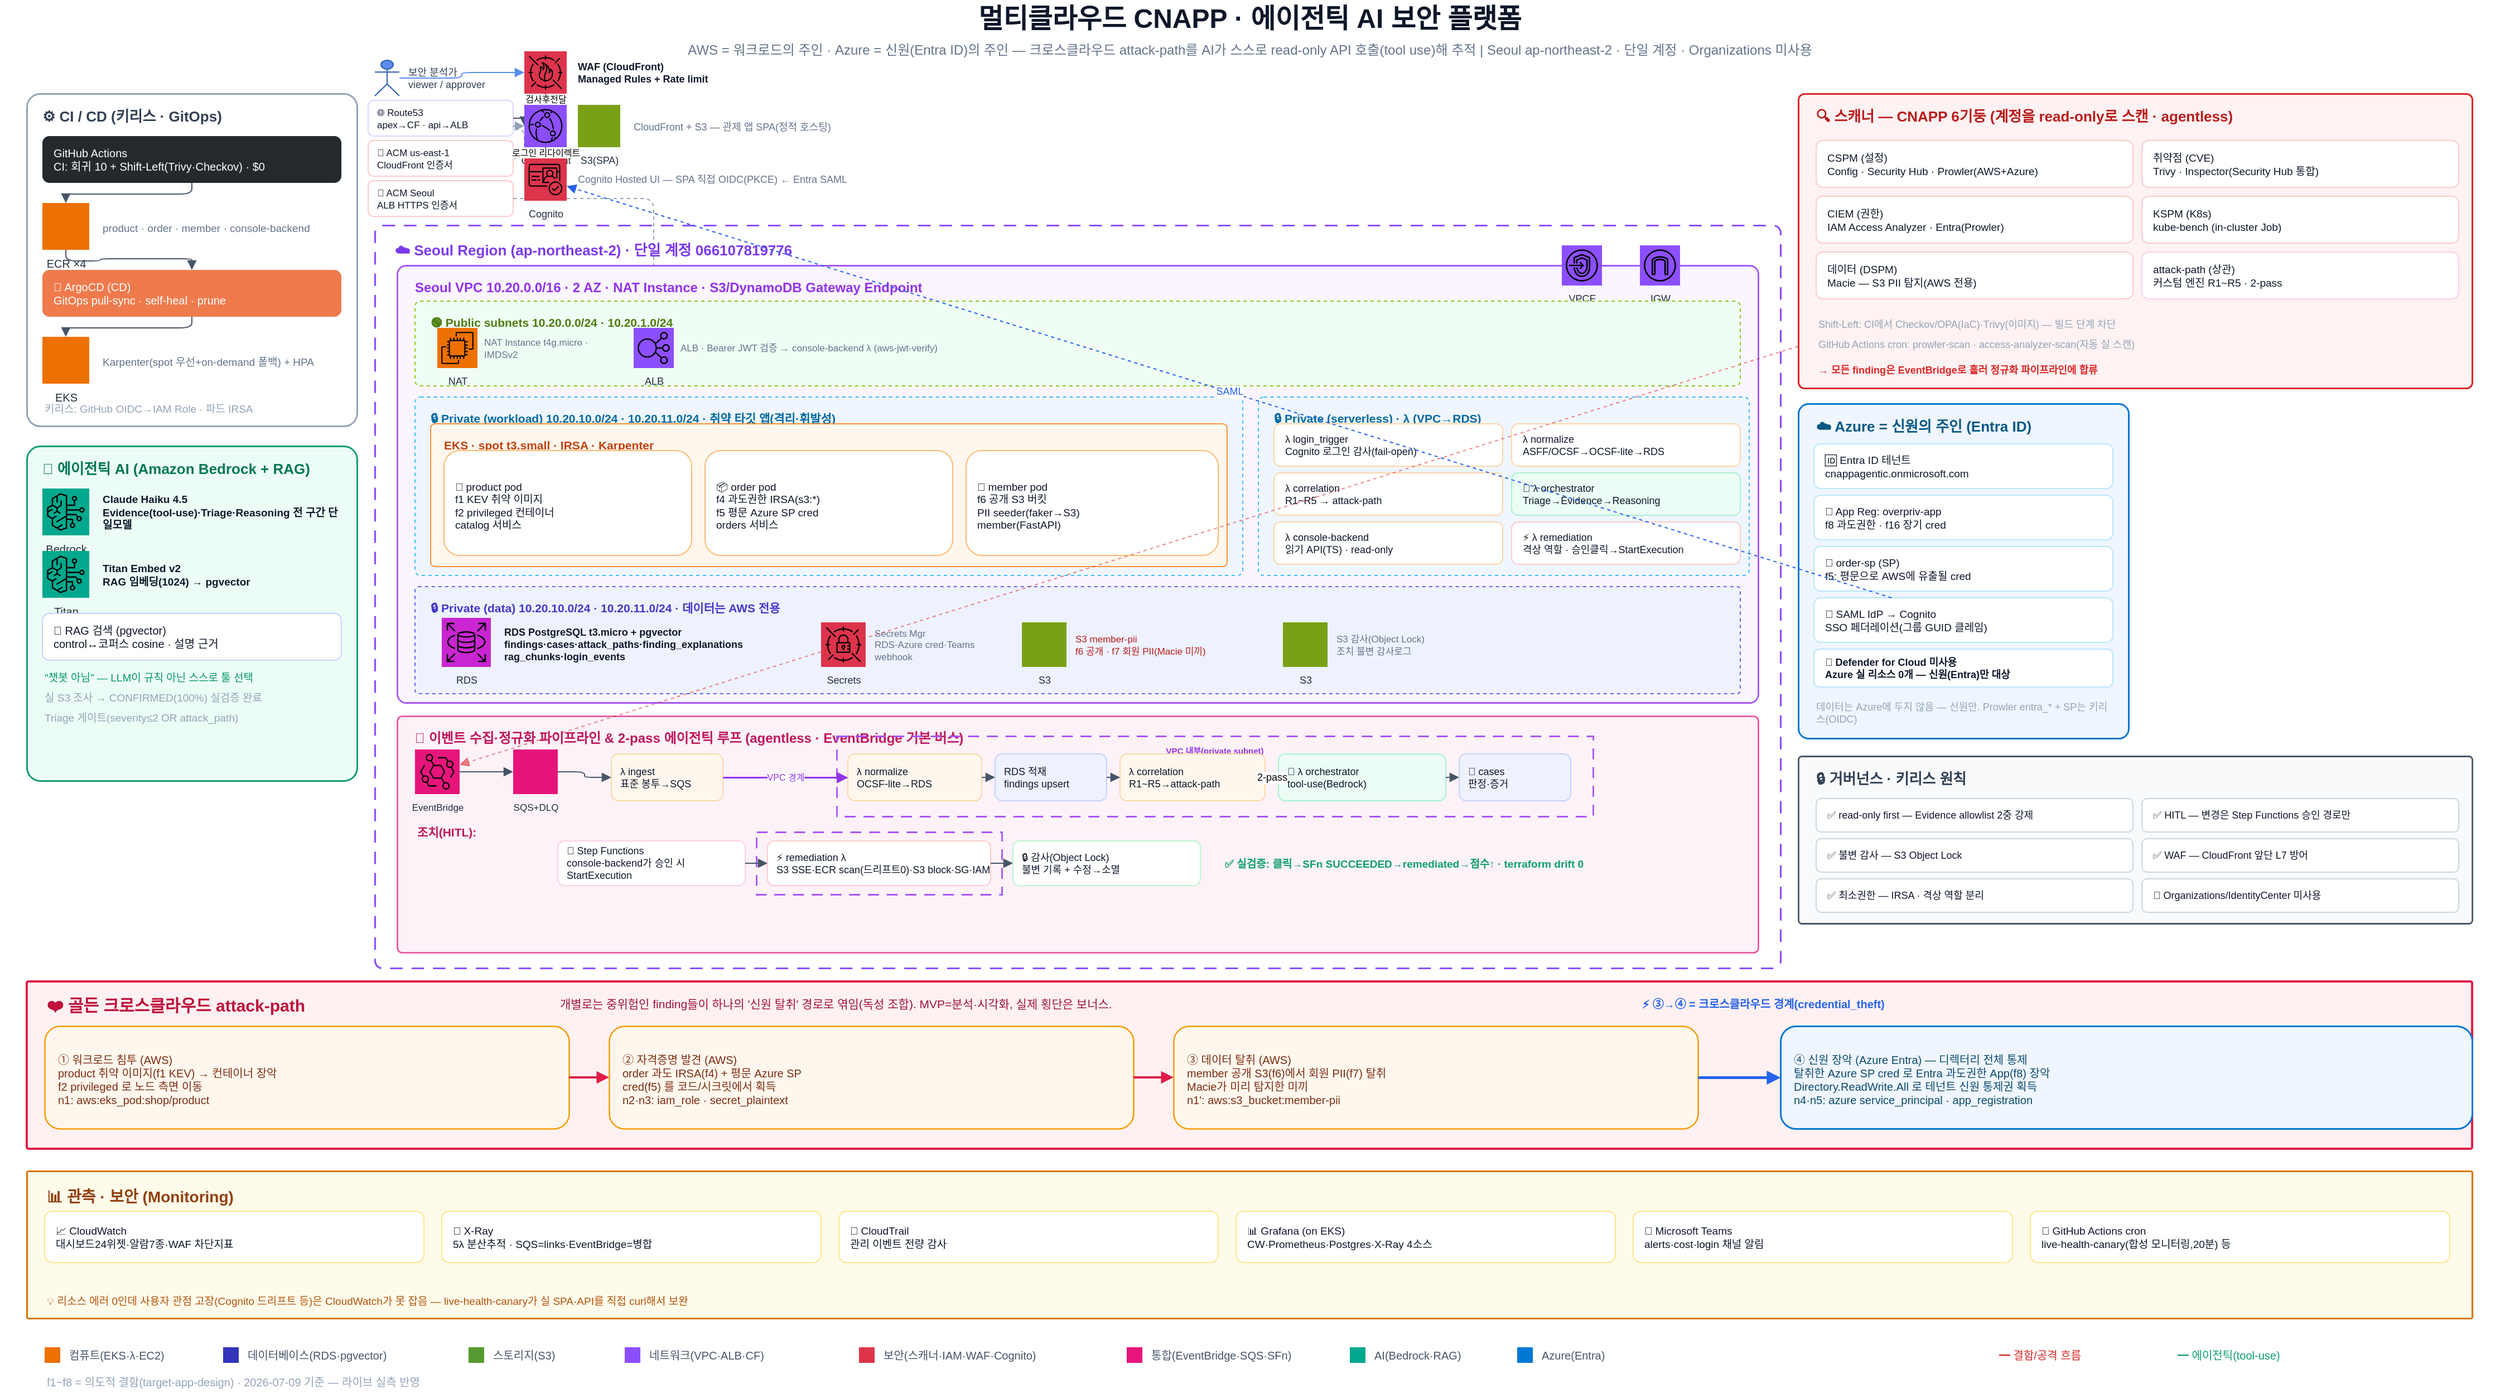
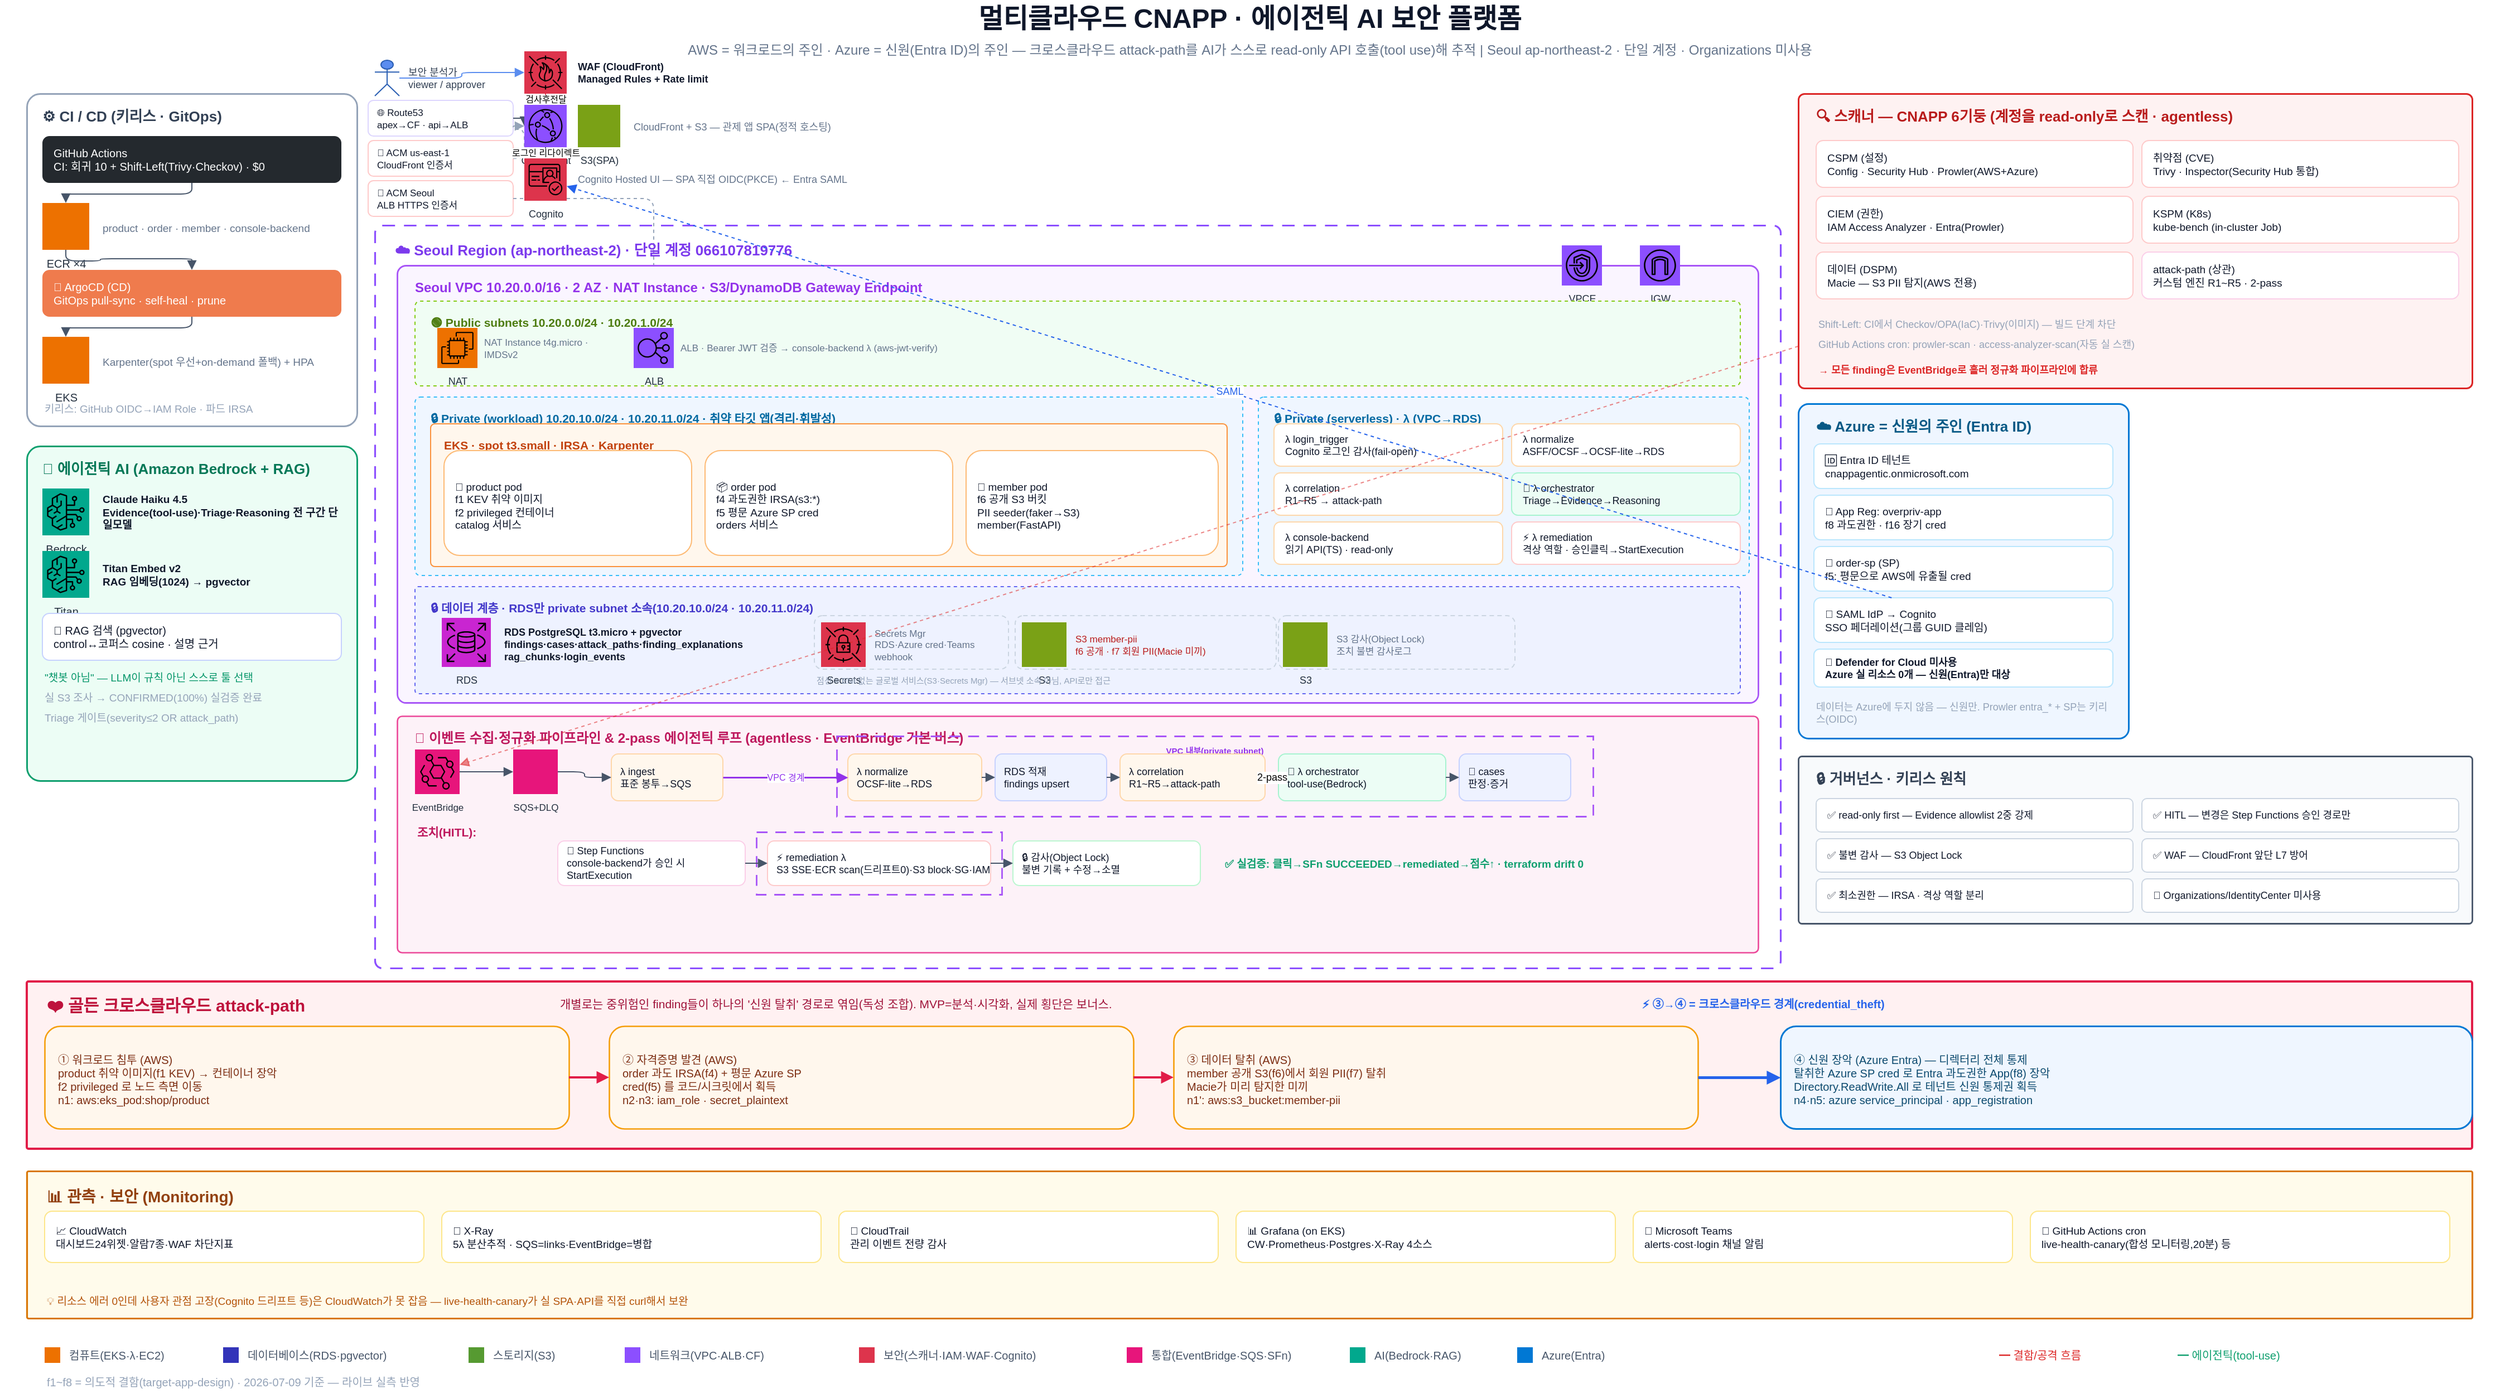
<mxfile host="app.diagrams.net" agent="claude-code" version="24.0.0">
  <diagram id="cnapp-overview-v2" name="CNAPP 전체 개요">
    <mxGraphModel dx="1600" dy="1000" grid="1" gridSize="10" guides="1" tooltips="1" connect="1" arrows="1" fold="1" page="1" pageScale="1" pageWidth="2240" pageHeight="1260" math="0" shadow="0">
      <root>
        <mxCell id="0" />
        <mxCell id="1" parent="0" />

        <!-- ===================== TITLE ===================== -->
        <mxCell id="title" value="멀티클라우드 CNAPP · 에이전틱 AI 보안 플랫폼" style="text;html=1;fontSize=24;fontStyle=1;align=center;verticalAlign=middle;fontColor=#0F172A;" vertex="1" parent="1">
          <mxGeometry x="0" y="4" width="2240" height="34" as="geometry" />
        </mxCell>
        <mxCell id="subtitle" value="AWS = 워크로드의 주인 · Azure = 신원(Entra ID)의 주인 — 크로스클라우드 attack-path를 AI가 스스로 read-only API 호출(tool use)해 추적 | Seoul ap-northeast-2 · 단일 계정 · Organizations 미사용" style="text;html=1;fontSize=12;align=center;verticalAlign=middle;fontColor=#64748B;" vertex="1" parent="1">
          <mxGeometry x="0" y="38" width="2240" height="22" as="geometry" />
        </mxCell>

        <!-- ===================== LEFT: CI/CD ===================== -->
        <mxCell id="Z_CICD" value="⚙️ CI / CD  (키리스 · GitOps)" style="rounded=1;arcSize=4;whiteSpace=wrap;html=1;fillColor=#FFFFFF;strokeColor=#94A3B8;strokeWidth=1.5;verticalAlign=top;align=left;spacingLeft=12;spacingTop=6;fontStyle=1;fontSize=13;fontColor=#334155;" vertex="1" parent="1">
          <mxGeometry x="24" y="88" width="296" height="298" as="geometry" />
        </mxCell>
        <mxCell id="GHA" value="GitHub Actions&#10;CI: 회귀 10 + Shift-Left(Trivy·Checkov) · $0" style="rounded=1;whiteSpace=wrap;html=1;fillColor=#24292E;strokeColor=none;fontColor=#FFFFFF;fontSize=10;align=left;spacingLeft=8;" vertex="1" parent="1">
          <mxGeometry x="38" y="126" width="268" height="42" as="geometry" />
        </mxCell>
        <mxCell id="ECR" value="ECR ×4" style="sketch=0;outlineConnect=0;fontColor=#232F3E;gradientColor=none;fillColor=#ED7100;strokeColor=none;verticalLabelPosition=bottom;verticalAlign=top;align=center;html=1;fontSize=10;aspect=fixed;shape=mxgraph.aws4.resourceIcon;resIcon=mxgraph.aws4.elastic_container_registry;" vertex="1" parent="1">
          <mxGeometry x="38" y="186" width="42" height="42" as="geometry" />
        </mxCell>
        <mxCell id="ECR_TXT" value="product · order · member · console-backend" style="text;html=1;whiteSpace=wrap;align=left;verticalAlign=middle;fontSize=9.5;fontColor=#64748B;" vertex="1" parent="1">
          <mxGeometry x="90" y="196" width="216" height="24" as="geometry" />
        </mxCell>
        <mxCell id="ARGO" value="🚢 ArgoCD (CD)&#10;GitOps pull-sync · self-heal · prune" style="rounded=1;whiteSpace=wrap;html=1;fillColor=#EF7B4D;strokeColor=none;fontColor=#FFFFFF;fontSize=10;align=left;spacingLeft=8;" vertex="1" parent="1">
          <mxGeometry x="38" y="246" width="268" height="42" as="geometry" />
        </mxCell>
        <mxCell id="EKS" value="EKS" style="sketch=0;outlineConnect=0;fontColor=#232F3E;gradientColor=none;fillColor=#ED7100;strokeColor=none;verticalLabelPosition=bottom;verticalAlign=top;align=center;html=1;fontSize=10;aspect=fixed;shape=mxgraph.aws4.resourceIcon;resIcon=mxgraph.aws4.elastic_kubernetes_service;" vertex="1" parent="1">
          <mxGeometry x="38" y="306" width="42" height="42" as="geometry" />
        </mxCell>
        <mxCell id="EKS_TXT" value="Karpenter(spot 우선+on-demand 폴백) + HPA" style="text;html=1;whiteSpace=wrap;align=left;verticalAlign=middle;fontSize=9.5;fontColor=#64748B;" vertex="1" parent="1">
          <mxGeometry x="90" y="316" width="216" height="24" as="geometry" />
        </mxCell>
        <mxCell id="CICD_NOTE" value="키리스: GitHub OIDC→IAM Role · 파드 IRSA" style="text;html=1;whiteSpace=wrap;align=left;verticalAlign=middle;fontSize=9.5;fontColor=#94A3B8;" vertex="1" parent="1">
          <mxGeometry x="38" y="360" width="268" height="20" as="geometry" />
        </mxCell>
        <mxCell id="e_c1" style="edgeStyle=orthogonalEdgeStyle;rounded=1;html=1;endArrow=block;strokeColor=#475569;" edge="1" parent="1" source="GHA" target="ECR"><mxGeometry relative="1" as="geometry" /></mxCell>
        <mxCell id="e_c2" style="edgeStyle=orthogonalEdgeStyle;rounded=1;html=1;endArrow=block;strokeColor=#475569;" edge="1" parent="1" source="ECR" target="ARGO"><mxGeometry relative="1" as="geometry" /></mxCell>
        <mxCell id="e_c3" style="edgeStyle=orthogonalEdgeStyle;rounded=1;html=1;endArrow=block;strokeColor=#475569;" edge="1" parent="1" source="ARGO" target="EKS"><mxGeometry relative="1" as="geometry" /></mxCell>

        <!-- ===================== LEFT: AI ===================== -->
        <mxCell id="Z_AI" value="🧠 에이전틱 AI  (Amazon Bedrock + RAG)" style="rounded=1;arcSize=4;whiteSpace=wrap;html=1;fillColor=#ECFDF5;strokeColor=#0E9F6E;strokeWidth=1.5;verticalAlign=top;align=left;spacingLeft=12;spacingTop=6;fontStyle=1;fontSize=13;fontColor=#047857;" vertex="1" parent="1">
          <mxGeometry x="24" y="404" width="296" height="300" as="geometry" />
        </mxCell>
        <mxCell id="BR" value="Bedrock" style="sketch=0;outlineConnect=0;fontColor=#232F3E;gradientColor=none;fillColor=#01A88D;strokeColor=none;verticalLabelPosition=bottom;verticalAlign=top;align=center;html=1;fontSize=10;aspect=fixed;shape=mxgraph.aws4.resourceIcon;resIcon=mxgraph.aws4.bedrock;" vertex="1" parent="1">
          <mxGeometry x="38" y="442" width="42" height="42" as="geometry" />
        </mxCell>
        <mxCell id="BR_TXT" value="Claude Haiku 4.5&#10;Evidence(tool-use)·Triage·Reasoning 전 구간 단일모델" style="text;html=1;whiteSpace=wrap;align=left;verticalAlign=middle;fontSize=9.5;fontColor=#0F172A;fontStyle=1;" vertex="1" parent="1">
          <mxGeometry x="90" y="440" width="216" height="46" as="geometry" />
        </mxCell>
        <mxCell id="TITAN" value="Titan" style="sketch=0;outlineConnect=0;fontColor=#232F3E;gradientColor=none;fillColor=#01A88D;strokeColor=none;verticalLabelPosition=bottom;verticalAlign=top;align=center;html=1;fontSize=10;aspect=fixed;shape=mxgraph.aws4.resourceIcon;resIcon=mxgraph.aws4.bedrock;" vertex="1" parent="1">
          <mxGeometry x="38" y="498" width="42" height="42" as="geometry" />
        </mxCell>
        <mxCell id="TITAN_TXT" value="Titan Embed v2&#10;RAG 임베딩(1024) → pgvector" style="text;html=1;whiteSpace=wrap;align=left;verticalAlign=middle;fontSize=9.5;fontColor=#0F172A;fontStyle=1;" vertex="1" parent="1">
          <mxGeometry x="90" y="500" width="216" height="38" as="geometry" />
        </mxCell>
        <mxCell id="RAGBOX" value="🔎 RAG 검색 (pgvector)&#10;control↔코퍼스 cosine · 설명 근거" style="rounded=1;whiteSpace=wrap;html=1;fillColor=#FFFFFF;strokeColor=#C7D2FE;fontColor=#0F172A;fontSize=10;align=left;spacingLeft=8;" vertex="1" parent="1">
          <mxGeometry x="38" y="554" width="268" height="42" as="geometry" />
        </mxCell>
        <mxCell id="AI_N1" value="&quot;챗봇 아님&quot; — LLM이 규칙 아닌 스스로 툴 선택" style="text;html=1;whiteSpace=wrap;align=left;verticalAlign=middle;fontSize=9.5;fontColor=#059669;" vertex="1" parent="1">
          <mxGeometry x="38" y="602" width="268" height="18" as="geometry" />
        </mxCell>
        <mxCell id="AI_N2" value="실 S3 조사 → CONFIRMED(100%) 실검증 완료" style="text;html=1;whiteSpace=wrap;align=left;verticalAlign=middle;fontSize=9.5;fontColor=#94A3B8;" vertex="1" parent="1">
          <mxGeometry x="38" y="620" width="268" height="18" as="geometry" />
        </mxCell>
        <mxCell id="AI_N4" value="Triage 게이트(severity≤2 OR attack_path)" style="text;html=1;whiteSpace=wrap;align=left;verticalAlign=middle;fontSize=9.5;fontColor=#94A3B8;" vertex="1" parent="1">
          <mxGeometry x="38" y="638" width="268" height="18" as="geometry" />
        </mxCell>

        <!-- ===================== TOP: SSO 진입 (옵션B: SPA 직접 OIDC) ===================== -->
        <mxCell id="USER" value="" style="shape=umlActor;html=1;outlineConnect=0;fillColor=#5B8DEF;strokeColor=#2B5FB3;" vertex="1" parent="1">
          <mxGeometry x="336" y="58" width="22" height="32" as="geometry" />
        </mxCell>
        <mxCell id="USER_TXT" value="보안 분석가&#10;viewer / approver" style="text;html=1;whiteSpace=wrap;align=left;verticalAlign=middle;fontSize=9;fontColor=#334155;" vertex="1" parent="1">
          <mxGeometry x="364" y="58" width="100" height="32" as="geometry" />
        </mxCell>

        <!-- ===================== TOP: Route53 + ACM ===================== -->
        <mxCell id="ROUTE53" value="🌐 Route53&#10;apex→CF · api→ALB" style="rounded=1;whiteSpace=wrap;html=1;fillColor=#FFFFFF;strokeColor=#DDD6FE;fontColor=#0F172A;fontSize=8.5;align=left;spacingLeft=6;verticalAlign=middle;" vertex="1" parent="1">
          <mxGeometry x="330" y="94" width="130" height="32" as="geometry" />
        </mxCell>
        <mxCell id="ACM_CF" value="📜 ACM us-east-1&#10;CloudFront 인증서" style="rounded=1;whiteSpace=wrap;html=1;fillColor=#FFFFFF;strokeColor=#FECACA;fontColor=#0F172A;fontSize=8.5;align=left;spacingLeft=6;verticalAlign=middle;" vertex="1" parent="1">
          <mxGeometry x="330" y="130" width="130" height="32" as="geometry" />
        </mxCell>
        <mxCell id="ACM_ALB" value="📜 ACM Seoul&#10;ALB HTTPS 인증서" style="rounded=1;whiteSpace=wrap;html=1;fillColor=#FFFFFF;strokeColor=#FECACA;fontColor=#0F172A;fontSize=8.5;align=left;spacingLeft=6;verticalAlign=middle;" vertex="1" parent="1">
          <mxGeometry x="330" y="166" width="130" height="32" as="geometry" />
        </mxCell>
        <mxCell id="e_r53_cf" style="edgeStyle=orthogonalEdgeStyle;rounded=1;html=1;endArrow=block;strokeColor=#475569;" edge="1" parent="1" source="ROUTE53" target="CF"><mxGeometry relative="1" as="geometry" /></mxCell>
        <mxCell id="e_acmcf_cf" style="edgeStyle=orthogonalEdgeStyle;rounded=1;html=1;endArrow=block;dashed=1;strokeColor=#94A3B8;" edge="1" parent="1" source="ACM_CF" target="CF"><mxGeometry relative="1" as="geometry" /></mxCell>
        <mxCell id="e_acmalb_alb" style="edgeStyle=orthogonalEdgeStyle;rounded=1;html=1;endArrow=block;dashed=1;strokeColor=#94A3B8;" edge="1" parent="1" source="ACM_ALB" target="ALB"><mxGeometry relative="1" as="geometry" /></mxCell>
        <mxCell id="WAF" value="WAF" style="sketch=0;outlineConnect=0;fontColor=#232F3E;gradientColor=none;fillColor=#DD344C;strokeColor=none;verticalLabelPosition=bottom;verticalAlign=top;align=center;html=1;fontSize=9;aspect=fixed;shape=mxgraph.aws4.resourceIcon;resIcon=mxgraph.aws4.waf;" vertex="1" parent="1">
          <mxGeometry x="470" y="50" width="38" height="38" as="geometry" />
        </mxCell>
        <mxCell id="WAF_TXT" value="WAF (CloudFront)&#10;Managed Rules + Rate limit" style="text;html=1;whiteSpace=wrap;align=left;verticalAlign=middle;fontSize=9;fontColor=#0F172A;fontStyle=1;" vertex="1" parent="1">
          <mxGeometry x="516" y="52" width="180" height="34" as="geometry" />
        </mxCell>
        <mxCell id="CF" value="CloudFront" style="sketch=0;outlineConnect=0;fontColor=#232F3E;gradientColor=none;fillColor=#8C4FFF;strokeColor=none;verticalLabelPosition=bottom;verticalAlign=top;align=center;html=1;fontSize=9;aspect=fixed;shape=mxgraph.aws4.resourceIcon;resIcon=mxgraph.aws4.cloudfront;" vertex="1" parent="1">
          <mxGeometry x="470" y="98" width="38" height="38" as="geometry" />
        </mxCell>
        <mxCell id="SPA" value="S3(SPA)" style="sketch=0;outlineConnect=0;fontColor=#232F3E;gradientColor=none;fillColor=#7AA116;strokeColor=none;verticalLabelPosition=bottom;verticalAlign=top;align=center;html=1;fontSize=9;aspect=fixed;shape=mxgraph.aws4.resourceIcon;resIcon=mxgraph.aws4.simple_storage_service;" vertex="1" parent="1">
          <mxGeometry x="518" y="98" width="38" height="38" as="geometry" />
        </mxCell>
        <mxCell id="CF_TXT" value="CloudFront + S3 — 관제 앱 SPA(정적 호스팅)" style="text;html=1;whiteSpace=wrap;align=left;verticalAlign=middle;fontSize=9;fontColor=#64748B;" vertex="1" parent="1">
          <mxGeometry x="566" y="106" width="200" height="24" as="geometry" />
        </mxCell>
        <mxCell id="COG" value="Cognito" style="sketch=0;outlineConnect=0;fontColor=#232F3E;gradientColor=none;fillColor=#DD344C;strokeColor=none;verticalLabelPosition=bottom;verticalAlign=top;align=center;html=1;fontSize=9;aspect=fixed;shape=mxgraph.aws4.resourceIcon;resIcon=mxgraph.aws4.cognito;" vertex="1" parent="1">
          <mxGeometry x="470" y="146" width="38" height="38" as="geometry" />
        </mxCell>
        <mxCell id="COG_TXT" value="Cognito Hosted UI — SPA 직접 OIDC(PKCE) ← Entra SAML" style="text;html=1;whiteSpace=wrap;align=left;verticalAlign=middle;fontSize=9;fontColor=#64748B;" vertex="1" parent="1">
          <mxGeometry x="516" y="146" width="250" height="38" as="geometry" />
        </mxCell>
        <mxCell id="e_u1" style="edgeStyle=orthogonalEdgeStyle;rounded=1;html=1;endArrow=block;strokeColor=#5B8DEF;fontSize=9;" edge="1" parent="1" source="USER" target="WAF"><mxGeometry relative="1" as="geometry" /></mxCell>
        <mxCell id="e_u2" value="검사후전달" style="edgeStyle=orthogonalEdgeStyle;rounded=1;html=1;endArrow=block;strokeColor=#DD344C;fontSize=8;" edge="1" parent="1" source="WAF" target="CF"><mxGeometry relative="1" as="geometry" /></mxCell>
        <mxCell id="e_u3" value="로그인 리다이렉트" style="edgeStyle=orthogonalEdgeStyle;rounded=1;html=1;endArrow=block;strokeColor=#475569;fontSize=8;" edge="1" parent="1" source="CF" target="COG"><mxGeometry relative="1" as="geometry" /></mxCell>

        <!-- ===================== CENTER: Seoul Region ===================== -->
        <mxCell id="Z_REGION" value="☁️ Seoul Region (ap-northeast-2) · 단일 계정 066107819776" style="rounded=1;arcSize=1;whiteSpace=wrap;html=1;fillColor=none;strokeColor=#8C4FFF;strokeWidth=1.6;dashed=1;dashPattern=7 5;verticalAlign=top;align=left;spacingLeft=16;spacingTop=8;fontStyle=1;fontSize=13;fontColor=#7C3AED;" vertex="1" parent="1">
          <mxGeometry x="336" y="206" width="1260" height="666" as="geometry" />
        </mxCell>
        <mxCell id="Z_VPC" value="Seoul VPC 10.20.0.0/16 · 2 AZ · NAT Instance · S3/DynamoDB Gateway Endpoint" style="rounded=1;arcSize=2;whiteSpace=wrap;html=1;fillColor=#FAF5FF;strokeColor=#A855F7;strokeWidth=1.4;verticalAlign=top;align=left;spacingLeft=14;spacingTop=6;fontStyle=1;fontSize=12;fontColor=#9333EA;" vertex="1" parent="1">
          <mxGeometry x="356" y="242" width="1220" height="392" as="geometry" />
        </mxCell>

        <!-- IGW·Gateway Endpoint: 둘 다 VPC에 attach(서브넷 종속 아님, ENI 없음) — IGW는 퍼블릭 라우트테이블, GW Endpoint는 프라이빗 라우트테이블(실측: infra/shared/main.tf route_table_ids=private_route_table_ids)에 연결. 경계선(y=242) 위에 걸치도록 배치 -->
        <mxCell id="VPCE" value="VPCE" style="sketch=0;outlineConnect=0;fontColor=#232F3E;gradientColor=none;fillColor=#8C4FFF;strokeColor=none;verticalLabelPosition=bottom;verticalAlign=top;align=center;html=1;fontSize=9;aspect=fixed;shape=mxgraph.aws4.resourceIcon;resIcon=mxgraph.aws4.endpoints;" vertex="1" parent="1">
          <mxGeometry x="1400" y="224" width="36" height="36" as="geometry" />
        </mxCell>
        <mxCell id="IGW" value="IGW" style="sketch=0;outlineConnect=0;fontColor=#232F3E;gradientColor=none;fillColor=#8C4FFF;strokeColor=none;verticalLabelPosition=bottom;verticalAlign=top;align=center;html=1;fontSize=9;aspect=fixed;shape=mxgraph.aws4.resourceIcon;resIcon=mxgraph.aws4.internet_gateway;" vertex="1" parent="1">
          <mxGeometry x="1470" y="224" width="36" height="36" as="geometry" />
        </mxCell>

        <!-- Public subnet -->
        <mxCell id="Z_PUB" value="🟢 Public subnets  10.20.0.0/24 · 10.20.1.0/24" style="rounded=1;arcSize=6;whiteSpace=wrap;html=1;fillColor=#F0FDF4;strokeColor=#84CC16;dashed=1;verticalAlign=top;align=left;spacingLeft=12;spacingTop=6;fontStyle=1;fontSize=10.5;fontColor=#4D7C0F;" vertex="1" parent="1">
          <mxGeometry x="372" y="274" width="1188" height="76" as="geometry" />
        </mxCell>
        <mxCell id="NAT" value="NAT" style="sketch=0;outlineConnect=0;fontColor=#232F3E;gradientColor=none;fillColor=#ED7100;strokeColor=none;verticalLabelPosition=bottom;verticalAlign=top;align=center;html=1;fontSize=9;aspect=fixed;shape=mxgraph.aws4.resourceIcon;resIcon=mxgraph.aws4.ec2;" vertex="1" parent="1">
          <mxGeometry x="392" y="298" width="36" height="36" as="geometry" />
        </mxCell>
        <mxCell id="NAT_TXT" value="NAT Instance t4g.micro · IMDSv2" style="text;html=1;whiteSpace=wrap;align=left;verticalAlign=middle;fontSize=8.5;fontColor=#64748B;" vertex="1" parent="1">
          <mxGeometry x="432" y="304" width="120" height="24" as="geometry" />
        </mxCell>
        <mxCell id="ALB" value="ALB" style="sketch=0;outlineConnect=0;fontColor=#232F3E;gradientColor=none;fillColor=#8C4FFF;strokeColor=none;verticalLabelPosition=bottom;verticalAlign=top;align=center;html=1;fontSize=9;aspect=fixed;shape=mxgraph.aws4.resourceIcon;resIcon=mxgraph.aws4.elastic_load_balancing;" vertex="1" parent="1">
          <mxGeometry x="568" y="298" width="36" height="36" as="geometry" />
        </mxCell>
        <mxCell id="ALB_TXT" value="ALB · Bearer JWT 검증 → console-backend λ (aws-jwt-verify)" style="text;html=1;whiteSpace=wrap;align=left;verticalAlign=middle;fontSize=8.5;fontColor=#64748B;" vertex="1" parent="1">
          <mxGeometry x="608" y="298" width="240" height="36" as="geometry" />
        </mxCell>

        <!-- Private subnet: workload (EKS) -->
        <mxCell id="Z_WORK" value="🔒 Private (workload) 10.20.10.0/24 · 10.20.11.0/24 · 취약 타깃 앱(격리·휘발성)" style="rounded=1;arcSize=3;whiteSpace=wrap;html=1;fillColor=#EFF6FF;strokeColor=#38BDF8;dashed=1;verticalAlign=top;align=left;spacingLeft=12;spacingTop=6;fontStyle=1;fontSize=10.5;fontColor=#0369A1;" vertex="1" parent="1">
          <mxGeometry x="372" y="360" width="742" height="160" as="geometry" />
        </mxCell>
        <mxCell id="Z_EKS2" value="EKS · spot t3.small · IRSA · Karpenter" style="rounded=1;arcSize=3;whiteSpace=wrap;html=1;fillColor=#FFF7ED;strokeColor=#FB923C;verticalAlign=top;align=left;spacingLeft=10;spacingTop=6;fontStyle=1;fontSize=10.5;fontColor=#C2410C;" vertex="1" parent="1">
          <mxGeometry x="386" y="384" width="714" height="128" as="geometry" />
        </mxCell>
        <mxCell id="POD_PRODUCT" value="🛒 product pod&#10;f1 KEV 취약 이미지&#10;f2 privileged 컨테이너&#10;catalog 서비스" style="rounded=1;whiteSpace=wrap;html=1;fillColor=#FFFFFF;strokeColor=#FDBA74;fontColor=#0F172A;fontSize=9.5;align=left;spacingLeft=8;spacingTop=4;" vertex="1" parent="1">
          <mxGeometry x="398" y="408" width="222" height="94" as="geometry" />
        </mxCell>
        <mxCell id="POD_ORDER" value="📦 order pod&#10;f4 과도권한 IRSA(s3:*)&#10;f5 평문 Azure SP cred&#10;orders 서비스" style="rounded=1;whiteSpace=wrap;html=1;fillColor=#FFFFFF;strokeColor=#FDBA74;fontColor=#0F172A;fontSize=9.5;align=left;spacingLeft=8;spacingTop=4;" vertex="1" parent="1">
          <mxGeometry x="632" y="408" width="222" height="94" as="geometry" />
        </mxCell>
        <mxCell id="POD_MEMBER" value="👤 member pod&#10;f6 공개 S3 버킷&#10;PII seeder(faker→S3)&#10;member(FastAPI)" style="rounded=1;whiteSpace=wrap;html=1;fillColor=#FFFFFF;strokeColor=#FDBA74;fontColor=#0F172A;fontSize=9.5;align=left;spacingLeft=8;spacingTop=4;" vertex="1" parent="1">
          <mxGeometry x="866" y="408" width="226" height="94" as="geometry" />
        </mxCell>

        <!-- Private subnet: serverless -->
        <mxCell id="Z_SVLESS" value="🔒 Private (serverless) · λ (VPC→RDS)" style="rounded=1;arcSize=3;whiteSpace=wrap;html=1;fillColor=#EFF6FF;strokeColor=#38BDF8;dashed=1;verticalAlign=top;align=left;spacingLeft=12;spacingTop=6;fontStyle=1;fontSize=10.5;fontColor=#0369A1;" vertex="1" parent="1">
          <mxGeometry x="1128" y="360" width="440" height="160" as="geometry" />
        </mxCell>
        <mxCell id="L_INGEST" value="λ login_trigger&#10;Cognito 로그인 감사(fail-open)" style="rounded=1;whiteSpace=wrap;html=1;fillColor=#FFFFFF;strokeColor=#FED7AA;fontColor=#0F172A;fontSize=9;align=left;spacingLeft=8;" vertex="1" parent="1">
          <mxGeometry x="1142" y="384" width="205" height="38" as="geometry" />
        </mxCell>
        <mxCell id="L_NORM" value="λ normalize&#10;ASFF/OCSF→OCSF-lite→RDS" style="rounded=1;whiteSpace=wrap;html=1;fillColor=#FFFFFF;strokeColor=#FED7AA;fontColor=#0F172A;fontSize=9;align=left;spacingLeft=8;" vertex="1" parent="1">
          <mxGeometry x="1355" y="384" width="205" height="38" as="geometry" />
        </mxCell>
        <mxCell id="L_CORR" value="λ correlation&#10;R1~R5 → attack-path" style="rounded=1;whiteSpace=wrap;html=1;fillColor=#FFFFFF;strokeColor=#FED7AA;fontColor=#0F172A;fontSize=9;align=left;spacingLeft=8;" vertex="1" parent="1">
          <mxGeometry x="1142" y="428" width="205" height="38" as="geometry" />
        </mxCell>
        <mxCell id="L_ORCH" value="🧠 λ orchestrator&#10;Triage→Evidence→Reasoning" style="rounded=1;whiteSpace=wrap;html=1;fillColor=#ECFDF5;strokeColor=#A7F3D0;fontColor=#0F172A;fontSize=9;align=left;spacingLeft=8;" vertex="1" parent="1">
          <mxGeometry x="1355" y="428" width="205" height="38" as="geometry" />
        </mxCell>
        <mxCell id="L_CBACK" value="λ console-backend&#10;읽기 API(TS) · read-only" style="rounded=1;whiteSpace=wrap;html=1;fillColor=#FFFFFF;strokeColor=#FED7AA;fontColor=#0F172A;fontSize=9;align=left;spacingLeft=8;" vertex="1" parent="1">
          <mxGeometry x="1142" y="472" width="205" height="38" as="geometry" />
        </mxCell>
        <mxCell id="L_REMED" value="⚡ λ remediation&#10;격상 역할 · 승인클릭→StartExecution" style="rounded=1;whiteSpace=wrap;html=1;fillColor=#FFFFFF;strokeColor=#FECACA;fontColor=#0F172A;fontSize=9;align=left;spacingLeft=8;" vertex="1" parent="1">
          <mxGeometry x="1355" y="472" width="205" height="38" as="geometry" />
        </mxCell>

        <!-- Private subnet: data -->
-         <mxCell id="Z_DATA" value="🔒 Private (data) 10.20.10.0/24 · 10.20.11.0/24 · 데이터는 AWS 전용" style="rounded=1;arcSize=3;whiteSpace=wrap;html=1;fillColor=#EEF2FF;strokeColor=#6366F1;dashed=1;verticalAlign=top;align=left;spacingLeft=12;spacingTop=6;fontStyle=1;fontSize=10.5;fontColor=#4338CA;" vertex="1" parent="1">
+         <!-- 데이터 계층 — RDS만 진짜 private subnet 소속(ENI 보유). S3·Secrets Manager는 ENI 없는 글로벌 서비스라
+              어느 서브넷에도 속하지 않음 → 점선 래퍼로 구분(ACM 인증서 연결선과 동일한 "물리적 소속 아님" 표기법) -->
+         <mxCell id="Z_DATA" value="🔒 데이터 계층 · RDS만 private subnet 소속(10.20.10.0/24 · 10.20.11.0/24)" style="rounded=1;arcSize=3;whiteSpace=wrap;html=1;fillColor=#EEF2FF;strokeColor=#6366F1;dashed=1;verticalAlign=top;align=left;spacingLeft=12;spacingTop=6;fontStyle=1;fontSize=10.5;fontColor=#4338CA;" vertex="1" parent="1">
          <mxGeometry x="372" y="530" width="1188" height="96" as="geometry" />
        </mxCell>
        <mxCell id="RDS" value="RDS" style="sketch=0;outlineConnect=0;fontColor=#232F3E;gradientColor=none;fillColor=#C925D1;strokeColor=none;verticalLabelPosition=bottom;verticalAlign=top;align=center;html=1;fontSize=9;aspect=fixed;shape=mxgraph.aws4.resourceIcon;resIcon=mxgraph.aws4.rds;" vertex="1" parent="1">
          <mxGeometry x="396" y="558" width="44" height="44" as="geometry" />
        </mxCell>
        <mxCell id="RDS_TXT" value="RDS PostgreSQL t3.micro + pgvector&#10;findings·cases·attack_paths·finding_explanations&#10;rag_chunks·login_events" style="text;html=1;whiteSpace=wrap;align=left;verticalAlign=middle;fontSize=9;fontColor=#0F172A;fontStyle=1;" vertex="1" parent="1">
          <mxGeometry x="450" y="554" width="266" height="56" as="geometry" />
        </mxCell>
+         <mxCell id="SM_WRAP" value="" style="rounded=1;whiteSpace=wrap;html=1;fillColor=none;strokeColor=#CBD5E1;dashed=1;dashPattern=4 3;" vertex="1" parent="1">
+           <mxGeometry x="730" y="556" width="174" height="48" as="geometry" />
+         </mxCell>
        <mxCell id="SM" value="Secrets" style="sketch=0;outlineConnect=0;fontColor=#232F3E;gradientColor=none;fillColor=#DD344C;strokeColor=none;verticalLabelPosition=bottom;verticalAlign=top;align=center;html=1;fontSize=9;aspect=fixed;shape=mxgraph.aws4.resourceIcon;resIcon=mxgraph.aws4.secrets_manager;" vertex="1" parent="1">
          <mxGeometry x="736" y="562" width="40" height="40" as="geometry" />
        </mxCell>
        <mxCell id="SM_TXT" value="Secrets Mgr&#10;RDS·Azure cred·Teams webhook" style="text;html=1;whiteSpace=wrap;align=left;verticalAlign=middle;fontSize=8.5;fontColor=#64748B;" vertex="1" parent="1">
          <mxGeometry x="782" y="566" width="120" height="32" as="geometry" />
        </mxCell>
+         <mxCell id="S3PII_WRAP" value="" style="rounded=1;whiteSpace=wrap;html=1;fillColor=none;strokeColor=#CBD5E1;dashed=1;dashPattern=4 3;" vertex="1" parent="1">
+           <mxGeometry x="910" y="556" width="234" height="48" as="geometry" />
+         </mxCell>
        <mxCell id="S3PII" value="S3" style="sketch=0;outlineConnect=0;fontColor=#232F3E;gradientColor=none;fillColor=#7AA116;strokeColor=none;verticalLabelPosition=bottom;verticalAlign=top;align=center;html=1;fontSize=9;aspect=fixed;shape=mxgraph.aws4.resourceIcon;resIcon=mxgraph.aws4.simple_storage_service;" vertex="1" parent="1">
          <mxGeometry x="916" y="562" width="40" height="40" as="geometry" />
        </mxCell>
        <mxCell id="S3PII_TXT" value="S3 member-pii&#10;f6 공개 · f7 회원 PII(Macie 미끼)" style="text;html=1;whiteSpace=wrap;align=left;verticalAlign=middle;fontSize=8.5;fontColor=#B91C1C;" vertex="1" parent="1">
          <mxGeometry x="962" y="566" width="180" height="32" as="geometry" />
        </mxCell>
+         <mxCell id="S3AUDIT_WRAP" value="" style="rounded=1;whiteSpace=wrap;html=1;fillColor=none;strokeColor=#CBD5E1;dashed=1;dashPattern=4 3;" vertex="1" parent="1">
+           <mxGeometry x="1146" y="556" width="212" height="48" as="geometry" />
+         </mxCell>
        <mxCell id="S3AUDIT" value="S3" style="sketch=0;outlineConnect=0;fontColor=#232F3E;gradientColor=none;fillColor=#7AA116;strokeColor=none;verticalLabelPosition=bottom;verticalAlign=top;align=center;html=1;fontSize=9;aspect=fixed;shape=mxgraph.aws4.resourceIcon;resIcon=mxgraph.aws4.simple_storage_service;" vertex="1" parent="1">
          <mxGeometry x="1150" y="562" width="40" height="40" as="geometry" />
        </mxCell>
        <mxCell id="S3AUDIT_TXT" value="S3 감사(Object Lock)&#10;조치 불변 감사로그" style="text;html=1;whiteSpace=wrap;align=left;verticalAlign=middle;fontSize=8.5;fontColor=#64748B;" vertex="1" parent="1">
          <mxGeometry x="1196" y="566" width="160" height="32" as="geometry" />
+         </mxCell>
+         <mxCell id="DATA_NOTE" value="점선 = ENI 없는 글로벌 서비스(S3·Secrets Mgr) — 서브넷 소속 아님, API로만 접근" style="text;html=1;whiteSpace=wrap;align=left;verticalAlign=middle;fontSize=7.5;fontColor=#94A3B8;" vertex="1" parent="1">
+           <mxGeometry x="730" y="606" width="480" height="16" as="geometry" />
        </mxCell>

        <!-- Pipeline band — EventBridge/SQS/ingest는 실제로 VPC 밖(ingest는 vpc_config 없음),
             normalize·correlation·orchestrator·remediation은 VPC 안(private subnet, infra/backend/main.tf 확인).
             보라 점선 서브박스로 VPC 내부 경계 표시(메인 VPC 박스와 동일 시각언어) -->
        <mxCell id="Z_PIPE" value="🔁 이벤트 수집·정규화 파이프라인 &amp; 2-pass 에이전틱 루프 (agentless · EventBridge 기본 버스)" style="rounded=1;arcSize=2;whiteSpace=wrap;html=1;fillColor=#FDF2F8;strokeColor=#EC4899;strokeWidth=1.3;verticalAlign=top;align=left;spacingLeft=14;spacingTop=6;fontStyle=1;fontSize=12;fontColor=#BE185D;" vertex="1" parent="1">
          <mxGeometry x="356" y="646" width="1220" height="212" as="geometry" />
        </mxCell>
        <mxCell id="PIPE_VPC_BOX" value="VPC 내부(private subnet)" style="rounded=0;whiteSpace=wrap;html=1;fillColor=none;strokeColor=#A855F7;strokeWidth=1.4;dashed=1;dashPattern=7 5;verticalAlign=top;align=center;fontSize=7.5;fontStyle=1;fontColor=#9333EA;spacingTop=2;" vertex="1" parent="1">
          <mxGeometry x="750" y="664" width="678" height="72" as="geometry" />
        </mxCell>
        <mxCell id="EB2" value="EventBridge" style="sketch=0;outlineConnect=0;fontColor=#232F3E;gradientColor=none;fillColor=#E7157B;strokeColor=none;verticalLabelPosition=bottom;verticalAlign=top;align=center;html=1;fontSize=8.5;aspect=fixed;shape=mxgraph.aws4.resourceIcon;resIcon=mxgraph.aws4.eventbridge;" vertex="1" parent="1">
          <mxGeometry x="372" y="676" width="40" height="40" as="geometry" />
        </mxCell>
        <mxCell id="SQS2" value="SQS+DLQ" style="sketch=0;outlineConnect=0;fontColor=#232F3E;gradientColor=none;fillColor=#E7157B;strokeColor=none;verticalLabelPosition=bottom;verticalAlign=top;align=center;html=1;fontSize=8.5;aspect=fixed;shape=mxgraph.aws4.resourceIcon;resIcon=mxgraph.aws4.simple_queue_service;" vertex="1" parent="1">
          <mxGeometry x="460" y="676" width="40" height="40" as="geometry" />
        </mxCell>
        <mxCell id="P_ING" value="λ ingest&#10;표준 봉투→SQS" style="rounded=1;whiteSpace=wrap;html=1;fillColor=#FFF7ED;strokeColor=#FED7AA;fontColor=#0F172A;fontSize=9;align=left;spacingLeft=6;" vertex="1" parent="1">
          <mxGeometry x="548" y="680" width="100" height="42" as="geometry" />
        </mxCell>
        <mxCell id="P_NORM" value="λ normalize&#10;OCSF-lite→RDS" style="rounded=1;whiteSpace=wrap;html=1;fillColor=#FFF7ED;strokeColor=#FED7AA;fontColor=#0F172A;fontSize=9;align=left;spacingLeft=6;" vertex="1" parent="1">
          <mxGeometry x="760" y="680" width="120" height="42" as="geometry" />
        </mxCell>
        <mxCell id="P_RDS" value="RDS 적재&#10;findings upsert" style="rounded=1;whiteSpace=wrap;html=1;fillColor=#EEF2FF;strokeColor=#C7D2FE;fontColor=#0F172A;fontSize=9;align=left;spacingLeft=6;" vertex="1" parent="1">
          <mxGeometry x="892" y="680" width="100" height="42" as="geometry" />
        </mxCell>
        <mxCell id="P_CORR" value="λ correlation&#10;R1~R5→attack-path" style="rounded=1;whiteSpace=wrap;html=1;fillColor=#FFF7ED;strokeColor=#FED7AA;fontColor=#0F172A;fontSize=9;align=left;spacingLeft=6;" vertex="1" parent="1">
          <mxGeometry x="1004" y="680" width="130" height="42" as="geometry" />
        </mxCell>
        <mxCell id="P_ORCH" value="🧠 λ orchestrator&#10;tool-use(Bedrock)" style="rounded=1;whiteSpace=wrap;html=1;fillColor=#ECFDF5;strokeColor=#A7F3D0;fontColor=#0F172A;fontSize=9;align=left;spacingLeft=6;" vertex="1" parent="1">
          <mxGeometry x="1146" y="680" width="150" height="42" as="geometry" />
        </mxCell>
        <mxCell id="P_CASES" value="📁 cases&#10;판정·증거" style="rounded=1;whiteSpace=wrap;html=1;fillColor=#EEF2FF;strokeColor=#C7D2FE;fontColor=#0F172A;fontSize=9;align=left;spacingLeft=6;" vertex="1" parent="1">
          <mxGeometry x="1308" y="680" width="100" height="42" as="geometry" />
        </mxCell>
        <mxCell id="e_p1" style="edgeStyle=orthogonalEdgeStyle;rounded=1;html=1;endArrow=block;strokeColor=#475569;" edge="1" parent="1" source="EB2" target="SQS2"><mxGeometry relative="1" as="geometry" /></mxCell>
        <mxCell id="e_p2" style="edgeStyle=orthogonalEdgeStyle;rounded=1;html=1;endArrow=block;strokeColor=#475569;" edge="1" parent="1" source="SQS2" target="P_ING"><mxGeometry relative="1" as="geometry" /></mxCell>
        <mxCell id="e_p2b" value="VPC 경계" style="edgeStyle=orthogonalEdgeStyle;rounded=1;html=1;endArrow=block;strokeColor=#9333EA;strokeWidth=1.6;fontSize=8;fontColor=#9333EA;" edge="1" parent="1" source="P_ING" target="P_NORM"><mxGeometry relative="1" as="geometry" /></mxCell>
        <mxCell id="e_p3" style="edgeStyle=orthogonalEdgeStyle;rounded=1;html=1;endArrow=block;strokeColor=#475569;" edge="1" parent="1" source="P_NORM" target="P_RDS"><mxGeometry relative="1" as="geometry" /></mxCell>
        <mxCell id="e_p4" style="edgeStyle=orthogonalEdgeStyle;rounded=1;html=1;endArrow=block;strokeColor=#475569;" edge="1" parent="1" source="P_RDS" target="P_CORR"><mxGeometry relative="1" as="geometry" /></mxCell>
        <mxCell id="e_p5" value="2-pass" style="edgeStyle=orthogonalEdgeStyle;rounded=1;html=1;endArrow=block;strokeColor=#0E9F6E;strokeWidth=1.5;fontSize=9;" edge="1" parent="1" source="P_CORR" target="P_ORCH"><mxGeometry relative="1" as="geometry" /></mxCell>
        <mxCell id="e_p6" style="edgeStyle=orthogonalEdgeStyle;rounded=1;html=1;endArrow=block;strokeColor=#475569;" edge="1" parent="1" source="P_ORCH" target="P_CASES"><mxGeometry relative="1" as="geometry" /></mxCell>

        <mxCell id="HITL_LABEL" value="조치(HITL):" style="text;html=1;whiteSpace=wrap;align=left;verticalAlign=middle;fontSize=10.5;fontColor=#BE185D;fontStyle=1;" vertex="1" parent="1">
          <mxGeometry x="372" y="740" width="120" height="20" as="geometry" />
        </mxCell>
        <mxCell id="SFN2" value="🔀 Step Functions&#10;console-backend가 승인 시 StartExecution" style="rounded=1;whiteSpace=wrap;html=1;fillColor=#FFFFFF;strokeColor=#FBCFE8;fontColor=#0F172A;fontSize=9;align=left;spacingLeft=6;" vertex="1" parent="1">
          <mxGeometry x="500" y="758" width="168" height="40" as="geometry" />
        </mxCell>
        <mxCell id="HITL_VPC_BOX" value="" style="rounded=0;whiteSpace=wrap;html=1;fillColor=none;strokeColor=#A855F7;strokeWidth=1.4;dashed=1;dashPattern=7 5;" vertex="1" parent="1">
          <mxGeometry x="678" y="750" width="220" height="56" as="geometry" />
        </mxCell>
        <mxCell id="REMED2" value="⚡ remediation λ&#10;S3 SSE·ECR scan(드리프트0)·S3 block·SG·IAM" style="rounded=1;whiteSpace=wrap;html=1;fillColor=#FFFFFF;strokeColor=#FECACA;fontColor=#0F172A;fontSize=9;align=left;spacingLeft=6;" vertex="1" parent="1">
          <mxGeometry x="688" y="758" width="200" height="40" as="geometry" />
        </mxCell>
        <mxCell id="AUDIT2" value="🔒 감사(Object Lock)&#10;불변 기록 + 수정→소멸" style="rounded=1;whiteSpace=wrap;html=1;fillColor=#FFFFFF;strokeColor=#BBF7D0;fontColor=#0F172A;fontSize=9;align=left;spacingLeft=6;" vertex="1" parent="1">
          <mxGeometry x="908" y="758" width="168" height="40" as="geometry" />
        </mxCell>
        <mxCell id="e_h1" style="edgeStyle=orthogonalEdgeStyle;rounded=1;html=1;endArrow=block;strokeColor=#475569;" edge="1" parent="1" source="SFN2" target="REMED2"><mxGeometry relative="1" as="geometry" /></mxCell>
        <mxCell id="e_h2" style="edgeStyle=orthogonalEdgeStyle;rounded=1;html=1;endArrow=block;strokeColor=#475569;" edge="1" parent="1" source="REMED2" target="AUDIT2"><mxGeometry relative="1" as="geometry" /></mxCell>
        <mxCell id="HITL_NOTE" value="✅ 실검증: 클릭→SFn SUCCEEDED→remediated→점수↑ · terraform drift 0" style="text;html=1;whiteSpace=wrap;align=left;verticalAlign=middle;fontSize=9.5;fontColor=#0E9F6E;fontStyle=1;" vertex="1" parent="1">
          <mxGeometry x="1096" y="762" width="470" height="32" as="geometry" />
        </mxCell>

        <!-- ===================== RIGHT: Scanners ===================== -->
        <mxCell id="Z_SCAN" value="🔍 스캐너 — CNAPP 6기둥 (계정을 read-only로 스캔 · agentless)" style="rounded=1;arcSize=2;whiteSpace=wrap;html=1;fillColor=#FEF2F2;strokeColor=#DC2626;strokeWidth=1.5;verticalAlign=top;align=left;spacingLeft=14;spacingTop=6;fontStyle=1;fontSize=13;fontColor=#B91C1C;" vertex="1" parent="1">
          <mxGeometry x="1612" y="88" width="604" height="264" as="geometry" />
        </mxCell>
        <mxCell id="S_CSPM" value="CSPM (설정)&#10;Config · Security Hub · Prowler(AWS+Azure)" style="rounded=1;whiteSpace=wrap;html=1;fillColor=#FFFFFF;strokeColor=#FECACA;fontColor=#0F172A;fontSize=9.5;align=left;spacingLeft=8;" vertex="1" parent="1">
          <mxGeometry x="1628" y="130" width="284" height="42" as="geometry" />
        </mxCell>
        <mxCell id="S_VULN" value="취약점 (CVE)&#10;Trivy · Inspector(Security Hub 통합)" style="rounded=1;whiteSpace=wrap;html=1;fillColor=#FFFFFF;strokeColor=#FECACA;fontColor=#0F172A;fontSize=9.5;align=left;spacingLeft=8;" vertex="1" parent="1">
          <mxGeometry x="1920" y="130" width="284" height="42" as="geometry" />
        </mxCell>
        <mxCell id="S_CIEM" value="CIEM (권한)&#10;IAM Access Analyzer · Entra(Prowler)" style="rounded=1;whiteSpace=wrap;html=1;fillColor=#FFFFFF;strokeColor=#FECACA;fontColor=#0F172A;fontSize=9.5;align=left;spacingLeft=8;" vertex="1" parent="1">
          <mxGeometry x="1628" y="180" width="284" height="42" as="geometry" />
        </mxCell>
        <mxCell id="S_KSPM" value="KSPM (K8s)&#10;kube-bench (in-cluster Job)" style="rounded=1;whiteSpace=wrap;html=1;fillColor=#FFFFFF;strokeColor=#FECACA;fontColor=#0F172A;fontSize=9.5;align=left;spacingLeft=8;" vertex="1" parent="1">
          <mxGeometry x="1920" y="180" width="284" height="42" as="geometry" />
        </mxCell>
        <mxCell id="S_DATA" value="데이터 (DSPM)&#10;Macie — S3 PII 탐지(AWS 전용)" style="rounded=1;whiteSpace=wrap;html=1;fillColor=#FFFFFF;strokeColor=#FECACA;fontColor=#0F172A;fontSize=9.5;align=left;spacingLeft=8;" vertex="1" parent="1">
          <mxGeometry x="1628" y="230" width="284" height="42" as="geometry" />
        </mxCell>
        <mxCell id="S_ATTACKPATH" value="attack-path (상관)&#10;커스텀 엔진 R1~R5 · 2-pass" style="rounded=1;whiteSpace=wrap;html=1;fillColor=#FFFFFF;strokeColor=#FBCFE8;fontColor=#0F172A;fontSize=9.5;align=left;spacingLeft=8;" vertex="1" parent="1">
          <mxGeometry x="1920" y="230" width="284" height="42" as="geometry" />
        </mxCell>
        <mxCell id="SCAN_NOTE1" value="Shift-Left: CI에서 Checkov/OPA(IaC)·Trivy(이미지) — 빌드 단계 차단" style="text;html=1;whiteSpace=wrap;align=left;verticalAlign=middle;fontSize=9;fontColor=#94A3B8;" vertex="1" parent="1">
          <mxGeometry x="1628" y="286" width="576" height="18" as="geometry" />
        </mxCell>
        <mxCell id="SCAN_NOTE2" value="GitHub Actions cron: prowler-scan · access-analyzer-scan(자동 실 스캔)" style="text;html=1;whiteSpace=wrap;align=left;verticalAlign=middle;fontSize=9;fontColor=#94A3B8;" vertex="1" parent="1">
          <mxGeometry x="1628" y="304" width="576" height="18" as="geometry" />
        </mxCell>
        <mxCell id="SCAN_NOTE3" value="→ 모든 finding은 EventBridge로 흘러 정규화 파이프라인에 합류" style="text;html=1;whiteSpace=wrap;align=left;verticalAlign=middle;fontSize=9;fontColor=#DC2626;fontStyle=1;" vertex="1" parent="1">
          <mxGeometry x="1628" y="326" width="576" height="20" as="geometry" />
        </mxCell>

        <!-- ===================== RIGHT: Azure ===================== -->
        <mxCell id="Z_AZURE" value="☁️ Azure = 신원의 주인 (Entra ID)" style="rounded=1;arcSize=3;whiteSpace=wrap;html=1;fillColor=#EFF6FF;strokeColor=#0078D4;strokeWidth=1.5;verticalAlign=top;align=left;spacingLeft=14;spacingTop=6;fontStyle=1;fontSize=13;fontColor=#075985;" vertex="1" parent="1">
          <mxGeometry x="1612" y="366" width="296" height="300" as="geometry" />
        </mxCell>
        <mxCell id="ENTRA2" value="🆔 Entra ID 테넌트&#10;cnappagentic.onmicrosoft.com" style="rounded=1;whiteSpace=wrap;html=1;fillColor=#FFFFFF;strokeColor=#BAE6FD;fontColor=#0F172A;fontSize=9.5;align=left;spacingLeft=8;" vertex="1" parent="1">
          <mxGeometry x="1626" y="402" width="268" height="40" as="geometry" />
        </mxCell>
        <mxCell id="APPREG2" value="🧩 App Reg: overpriv-app&#10;f8 과도권한 · f16 장기 cred" style="rounded=1;whiteSpace=wrap;html=1;fillColor=#FFFFFF;strokeColor=#BAE6FD;fontColor=#0F172A;fontSize=9.5;align=left;spacingLeft=8;" vertex="1" parent="1">
          <mxGeometry x="1626" y="448" width="268" height="40" as="geometry" />
        </mxCell>
        <mxCell id="ORDERSP" value="🔑 order-sp (SP)&#10;f5: 평문으로 AWS에 유출될 cred" style="rounded=1;whiteSpace=wrap;html=1;fillColor=#FFFFFF;strokeColor=#BAE6FD;fontColor=#0F172A;fontSize=9.5;align=left;spacingLeft=8;" vertex="1" parent="1">
          <mxGeometry x="1626" y="494" width="268" height="40" as="geometry" />
        </mxCell>
        <mxCell id="SAMLIDP" value="🎫 SAML IdP → Cognito&#10;SSO 페더레이션(그룹 GUID 클레임)" style="rounded=1;whiteSpace=wrap;html=1;fillColor=#FFFFFF;strokeColor=#BAE6FD;fontColor=#0F172A;fontSize=9.5;align=left;spacingLeft=8;" vertex="1" parent="1">
          <mxGeometry x="1626" y="540" width="268" height="40" as="geometry" />
        </mxCell>
        <mxCell id="DEFENDER_EXCL" value="🚫 Defender for Cloud 미사용&#10;Azure 실 리소스 0개 — 신원(Entra)만 대상" style="rounded=1;whiteSpace=wrap;html=1;fillColor=#FFFFFF;strokeColor=#BAE6FD;fontColor=#0F172A;fontSize=9;fontStyle=1;align=left;spacingLeft=8;" vertex="1" parent="1">
          <mxGeometry x="1626" y="586" width="268" height="34" as="geometry" />
        </mxCell>
        <mxCell id="AZURE_NOTE" value="데이터는 Azure에 두지 않음 — 신원만. Prowler entra_* + SP는 키리스(OIDC)" style="text;html=1;whiteSpace=wrap;align=left;verticalAlign=middle;fontSize=9;fontColor=#94A3B8;" vertex="1" parent="1">
          <mxGeometry x="1626" y="628" width="268" height="30" as="geometry" />
        </mxCell>
        <mxCell id="e_saml" value="SAML" style="edgeStyle=none;rounded=0;html=1;endArrow=block;dashed=1;strokeColor=#2563EB;fontSize=9;fontColor=#2563EB;" edge="1" parent="1" source="SAMLIDP" target="COG"><mxGeometry relative="1" as="geometry" /></mxCell>

        <!-- ===================== RIGHT: Governance ===================== -->
        <mxCell id="Z_GOV" value="🔒 거버넌스 · 키리스 원칙" style="rounded=1;arcSize=2;whiteSpace=wrap;html=1;fillColor=#F8FAFC;strokeColor=#475569;strokeWidth=1.4;verticalAlign=top;align=left;spacingLeft=14;spacingTop=6;fontStyle=1;fontSize=13;fontColor=#334155;" vertex="1" parent="1">
          <mxGeometry x="1612" y="682" width="604" height="150" as="geometry" />
        </mxCell>
        <mxCell id="G1" value="✅ read-only first — Evidence allowlist 2중 강제" style="rounded=1;whiteSpace=wrap;html=1;fillColor=#FFFFFF;strokeColor=#CBD5E1;fontColor=#0F172A;fontSize=9;align=left;spacingLeft=8;verticalAlign=middle;" vertex="1" parent="1">
          <mxGeometry x="1628" y="720" width="284" height="30" as="geometry" />
        </mxCell>
        <mxCell id="G2" value="✅ HITL — 변경은 Step Functions 승인 경로만" style="rounded=1;whiteSpace=wrap;html=1;fillColor=#FFFFFF;strokeColor=#CBD5E1;fontColor=#0F172A;fontSize=9;align=left;spacingLeft=8;verticalAlign=middle;" vertex="1" parent="1">
          <mxGeometry x="1920" y="720" width="284" height="30" as="geometry" />
        </mxCell>
        <mxCell id="G3" value="✅ 불변 감사 — S3 Object Lock" style="rounded=1;whiteSpace=wrap;html=1;fillColor=#FFFFFF;strokeColor=#CBD5E1;fontColor=#0F172A;fontSize=9;align=left;spacingLeft=8;verticalAlign=middle;" vertex="1" parent="1">
          <mxGeometry x="1628" y="756" width="284" height="30" as="geometry" />
        </mxCell>
        <mxCell id="G4" value="✅ WAF — CloudFront 앞단 L7 방어" style="rounded=1;whiteSpace=wrap;html=1;fillColor=#FFFFFF;strokeColor=#CBD5E1;fontColor=#0F172A;fontSize=9;align=left;spacingLeft=8;verticalAlign=middle;" vertex="1" parent="1">
          <mxGeometry x="1920" y="756" width="284" height="30" as="geometry" />
        </mxCell>
        <mxCell id="G5" value="✅ 최소권한 — IRSA · 격상 역할 분리" style="rounded=1;whiteSpace=wrap;html=1;fillColor=#FFFFFF;strokeColor=#CBD5E1;fontColor=#0F172A;fontSize=9;align=left;spacingLeft=8;verticalAlign=middle;" vertex="1" parent="1">
          <mxGeometry x="1628" y="792" width="284" height="30" as="geometry" />
        </mxCell>
        <mxCell id="G6" value="🚫 Organizations/IdentityCenter 미사용" style="rounded=1;whiteSpace=wrap;html=1;fillColor=#FFFFFF;strokeColor=#CBD5E1;fontColor=#0F172A;fontSize=9;align=left;spacingLeft=8;verticalAlign=middle;" vertex="1" parent="1">
          <mxGeometry x="1920" y="792" width="284" height="30" as="geometry" />
        </mxCell>

        <!-- ===================== Golden cross-cloud attack-path ===================== -->
        <mxCell id="Z_GOLDEN" value="" style="rounded=1;arcSize=1;whiteSpace=wrap;html=1;fillColor=#FFF1F2;strokeColor=#E11D48;strokeWidth=2;" vertex="1" parent="1">
          <mxGeometry x="24" y="884" width="2192" height="150" as="geometry" />
        </mxCell>
        <mxCell id="GOLDEN_TITLE" value="❤️ 골든 크로스클라우드 attack-path" style="text;html=1;whiteSpace=wrap;align=left;verticalAlign=middle;fontSize=15;fontStyle=1;fontColor=#BE123C;" vertex="1" parent="1">
          <mxGeometry x="40" y="892" width="500" height="26" as="geometry" />
        </mxCell>
        <mxCell id="GOLDEN_SUB" value="개별로는 중위험인 finding들이 하나의 '신원 탈취' 경로로 엮임(독성 조합). MVP=분석·시각화, 실제 횡단은 보너스." style="text;html=1;whiteSpace=wrap;align=left;verticalAlign=middle;fontSize=10.5;fontColor=#9F1239;" vertex="1" parent="1">
          <mxGeometry x="500" y="894" width="900" height="20" as="geometry" />
        </mxCell>
        <mxCell id="GOLDEN_BOUND" value="⚡ ③→④ = 크로스클라우드 경계(credential_theft)" style="text;html=1;whiteSpace=wrap;align=left;verticalAlign=middle;fontSize=10;fontStyle=1;fontColor=#2563EB;" vertex="1" parent="1">
          <mxGeometry x="1470" y="894" width="400" height="20" as="geometry" />
        </mxCell>
        <mxCell id="G_S1" value="① 워크로드 침투 (AWS)&#10;product 취약 이미지(f1 KEV) → 컨테이너 장악&#10;f2 privileged 로 노드 측면 이동&#10;n1: aws:eks_pod:shop/product" style="rounded=1;whiteSpace=wrap;html=1;fillColor=#FFF7ED;strokeColor=#F59E0B;strokeWidth=1.3;fontColor=#7C2D12;fontSize=10;align=left;spacingLeft=10;spacingTop=4;" vertex="1" parent="1">
          <mxGeometry x="40" y="924" width="470" height="92" as="geometry" />
        </mxCell>
        <mxCell id="G_S2" value="② 자격증명 발견 (AWS)&#10;order 과도 IRSA(f4) + 평문 Azure SP&#10;cred(f5) 를 코드/시크릿에서 획득&#10;n2·n3: iam_role · secret_plaintext" style="rounded=1;whiteSpace=wrap;html=1;fillColor=#FFF7ED;strokeColor=#F59E0B;strokeWidth=1.3;fontColor=#7C2D12;fontSize=10;align=left;spacingLeft=10;spacingTop=4;" vertex="1" parent="1">
          <mxGeometry x="546" y="924" width="470" height="92" as="geometry" />
        </mxCell>
        <mxCell id="G_S3" value="③ 데이터 탈취 (AWS)&#10;member 공개 S3(f6)에서 회원 PII(f7) 탈취&#10;Macie가 미리 탐지한 미끼&#10;n1': aws:s3_bucket:member-pii" style="rounded=1;whiteSpace=wrap;html=1;fillColor=#FFF7ED;strokeColor=#F59E0B;strokeWidth=1.3;fontColor=#7C2D12;fontSize=10;align=left;spacingLeft=10;spacingTop=4;" vertex="1" parent="1">
          <mxGeometry x="1052" y="924" width="470" height="92" as="geometry" />
        </mxCell>
        <mxCell id="G_S4" value="④ 신원 장악 (Azure Entra) — 디렉터리 전체 통제&#10;탈취한 Azure SP cred 로 Entra 과도권한 App(f8) 장악&#10;Directory.ReadWrite.All 로 테넌트 신원 통제권 획득&#10;n4·n5: azure service_principal · app_registration" style="rounded=1;whiteSpace=wrap;html=1;fillColor=#EFF6FF;strokeColor=#0078D4;strokeWidth=1.5;fontColor=#0C4A6E;fontSize=10;align=left;spacingLeft=10;spacingTop=4;" vertex="1" parent="1">
          <mxGeometry x="1596" y="924" width="620" height="92" as="geometry" />
        </mxCell>
        <mxCell id="e_g1" style="edgeStyle=none;rounded=0;html=1;endArrow=block;strokeColor=#E11D48;strokeWidth=2;" edge="1" parent="1" source="G_S1" target="G_S2"><mxGeometry relative="1" as="geometry" /></mxCell>
        <mxCell id="e_g2" style="edgeStyle=none;rounded=0;html=1;endArrow=block;strokeColor=#E11D48;strokeWidth=2;" edge="1" parent="1" source="G_S2" target="G_S3"><mxGeometry relative="1" as="geometry" /></mxCell>
        <mxCell id="e_g3" style="edgeStyle=none;rounded=0;html=1;endArrow=block;strokeColor=#2563EB;strokeWidth=2.5;" edge="1" parent="1" source="G_S3" target="G_S4"><mxGeometry relative="1" as="geometry" /></mxCell>

        <!-- 스캐너 → EventBridge 연결(전체 흐름 강조) -->
        <mxCell id="e_scan_flow" style="edgeStyle=none;rounded=0;html=1;endArrow=block;dashed=1;strokeColor=#DC2626;opacity=55;" edge="1" parent="1" source="Z_SCAN" target="EB2"><mxGeometry relative="1" as="geometry" /></mxCell>

        <!-- ===================== Monitoring / Observability ===================== -->
        <mxCell id="Z_MON2" value="📊 관측 · 보안 (Monitoring)" style="rounded=1;arcSize=1;whiteSpace=wrap;html=1;fillColor=#FFFBEB;strokeColor=#D97706;strokeWidth=1.6;verticalAlign=top;align=left;spacingLeft=16;spacingTop=8;fontStyle=1;fontSize=14;fontColor=#92400E;" vertex="1" parent="1">
          <mxGeometry x="24" y="1054" width="2192" height="132" as="geometry" />
        </mxCell>
        <mxCell id="M_CW" value="📈 CloudWatch&#10;대시보드24위젯·알람7종·WAF 차단지표" style="rounded=1;whiteSpace=wrap;html=1;fillColor=#FFFFFF;strokeColor=#FDE68A;fontColor=#0F172A;fontSize=9.5;align=left;spacingLeft=8;" vertex="1" parent="1">
          <mxGeometry x="40" y="1090" width="340" height="46" as="geometry" />
        </mxCell>
        <mxCell id="M_XRAY" value="🩻 X-Ray&#10;5λ 분산추적 · SQS=links·EventBridge=병합" style="rounded=1;whiteSpace=wrap;html=1;fillColor=#FFFFFF;strokeColor=#FDE68A;fontColor=#0F172A;fontSize=9.5;align=left;spacingLeft=8;" vertex="1" parent="1">
          <mxGeometry x="396" y="1090" width="340" height="46" as="geometry" />
        </mxCell>
        <mxCell id="M_CT" value="📜 CloudTrail&#10;관리 이벤트 전량 감사" style="rounded=1;whiteSpace=wrap;html=1;fillColor=#FFFFFF;strokeColor=#FDE68A;fontColor=#0F172A;fontSize=9.5;align=left;spacingLeft=8;" vertex="1" parent="1">
          <mxGeometry x="752" y="1090" width="340" height="46" as="geometry" />
        </mxCell>
        <mxCell id="M_GRAF" value="📊 Grafana (on EKS)&#10;CW·Prometheus·Postgres·X-Ray 4소스" style="rounded=1;whiteSpace=wrap;html=1;fillColor=#FFFFFF;strokeColor=#FDE68A;fontColor=#0F172A;fontSize=9.5;align=left;spacingLeft=8;" vertex="1" parent="1">
          <mxGeometry x="1108" y="1090" width="340" height="46" as="geometry" />
        </mxCell>
        <mxCell id="M_TEAMS" value="💬 Microsoft Teams&#10;alerts·cost·login 채널 알림" style="rounded=1;whiteSpace=wrap;html=1;fillColor=#FFFFFF;strokeColor=#FDE68A;fontColor=#0F172A;fontSize=9.5;align=left;spacingLeft=8;" vertex="1" parent="1">
          <mxGeometry x="1464" y="1090" width="340" height="46" as="geometry" />
        </mxCell>
        <mxCell id="M_GHA" value="🤖 GitHub Actions cron&#10;live-health-canary(합성 모니터링,20분) 등" style="rounded=1;whiteSpace=wrap;html=1;fillColor=#FFFFFF;strokeColor=#FDE68A;fontColor=#0F172A;fontSize=9.5;align=left;spacingLeft=8;" vertex="1" parent="1">
          <mxGeometry x="1820" y="1090" width="376" height="46" as="geometry" />
        </mxCell>
        <mxCell id="MON_NOTE" value="💡 리소스 에러 0인데 사용자 관점 고장(Cognito 드리프트 등)은 CloudWatch가 못 잡음 — live-health-canary가 실 SPA·API를 직접 curl해서 보완" style="text;html=1;whiteSpace=wrap;align=left;verticalAlign=middle;fontSize=9.5;fontColor=#B45309;" vertex="1" parent="1">
          <mxGeometry x="40" y="1160" width="1600" height="20" as="geometry" />
        </mxCell>

        <!-- ===================== Legend ===================== -->
        <mxCell id="LEG1" value="컴퓨트(EKS·λ·EC2)" style="text;html=1;align=left;verticalAlign=middle;fontSize=10;fontColor=#475569;" vertex="1" parent="1"><mxGeometry x="60" y="1210" width="160" height="18" as="geometry" /></mxCell>
        <mxCell id="LEG1SW" value="" style="rounded=0;whiteSpace=wrap;html=1;fillColor=#ED7100;strokeColor=none;" vertex="1" parent="1"><mxGeometry x="40" y="1212" width="14" height="14" as="geometry" /></mxCell>
        <mxCell id="LEG2" value="데이터베이스(RDS·pgvector)" style="text;html=1;align=left;verticalAlign=middle;fontSize=10;fontColor=#475569;" vertex="1" parent="1"><mxGeometry x="220" y="1210" width="200" height="18" as="geometry" /></mxCell>
        <mxCell id="LEG2SW" value="" style="rounded=0;whiteSpace=wrap;html=1;fillColor=#3334B9;strokeColor=none;" vertex="1" parent="1"><mxGeometry x="200" y="1212" width="14" height="14" as="geometry" /></mxCell>
        <mxCell id="LEG3" value="스토리지(S3)" style="text;html=1;align=left;verticalAlign=middle;fontSize=10;fontColor=#475569;" vertex="1" parent="1"><mxGeometry x="440" y="1210" width="120" height="18" as="geometry" /></mxCell>
        <mxCell id="LEG3SW" value="" style="rounded=0;whiteSpace=wrap;html=1;fillColor=#569A31;strokeColor=none;" vertex="1" parent="1"><mxGeometry x="420" y="1212" width="14" height="14" as="geometry" /></mxCell>
        <mxCell id="LEG4" value="네트워크(VPC·ALB·CF)" style="text;html=1;align=left;verticalAlign=middle;fontSize=10;fontColor=#475569;" vertex="1" parent="1"><mxGeometry x="580" y="1210" width="170" height="18" as="geometry" /></mxCell>
        <mxCell id="LEG4SW" value="" style="rounded=0;whiteSpace=wrap;html=1;fillColor=#8C4FFF;strokeColor=none;" vertex="1" parent="1"><mxGeometry x="560" y="1212" width="14" height="14" as="geometry" /></mxCell>
        <mxCell id="LEG5" value="보안(스캐너·IAM·WAF·Cognito)" style="text;html=1;align=left;verticalAlign=middle;fontSize=10;fontColor=#475569;" vertex="1" parent="1"><mxGeometry x="790" y="1210" width="220" height="18" as="geometry" /></mxCell>
        <mxCell id="LEG5SW" value="" style="rounded=0;whiteSpace=wrap;html=1;fillColor=#DD344C;strokeColor=none;" vertex="1" parent="1"><mxGeometry x="770" y="1212" width="14" height="14" as="geometry" /></mxCell>
        <mxCell id="LEG6" value="통합(EventBridge·SQS·SFn)" style="text;html=1;align=left;verticalAlign=middle;fontSize=10;fontColor=#475569;" vertex="1" parent="1"><mxGeometry x="1030" y="1210" width="200" height="18" as="geometry" /></mxCell>
        <mxCell id="LEG6SW" value="" style="rounded=0;whiteSpace=wrap;html=1;fillColor=#E7157B;strokeColor=none;" vertex="1" parent="1"><mxGeometry x="1010" y="1212" width="14" height="14" as="geometry" /></mxCell>
        <mxCell id="LEG7" value="AI(Bedrock·RAG)" style="text;html=1;align=left;verticalAlign=middle;fontSize=10;fontColor=#475569;" vertex="1" parent="1"><mxGeometry x="1230" y="1210" width="150" height="18" as="geometry" /></mxCell>
        <mxCell id="LEG7SW" value="" style="rounded=0;whiteSpace=wrap;html=1;fillColor=#01A88D;strokeColor=none;" vertex="1" parent="1"><mxGeometry x="1210" y="1212" width="14" height="14" as="geometry" /></mxCell>
        <mxCell id="LEG8" value="Azure(Entra)" style="text;html=1;align=left;verticalAlign=middle;fontSize=10;fontColor=#475569;" vertex="1" parent="1"><mxGeometry x="1380" y="1210" width="120" height="18" as="geometry" /></mxCell>
        <mxCell id="LEG8SW" value="" style="rounded=0;whiteSpace=wrap;html=1;fillColor=#0078D4;strokeColor=none;" vertex="1" parent="1"><mxGeometry x="1360" y="1212" width="14" height="14" as="geometry" /></mxCell>
        <mxCell id="LEG10" value="━ 결함/공격 흐름" style="text;html=1;align=left;verticalAlign=middle;fontSize=10;fontColor=#DC2626;" vertex="1" parent="1"><mxGeometry x="1790" y="1210" width="150" height="18" as="geometry" /></mxCell>
        <mxCell id="LEG11" value="━ 에이전틱(tool-use)" style="text;html=1;align=left;verticalAlign=middle;fontSize=10;fontColor=#0E9F6E;" vertex="1" parent="1"><mxGeometry x="1950" y="1210" width="180" height="18" as="geometry" /></mxCell>
        <mxCell id="LEG_FOOT" value="f1~f8 = 의도적 결함(target-app-design) · 2026-07-09 기준 — 라이브 실측 반영" style="text;html=1;align=left;verticalAlign=middle;fontSize=10;fontColor=#94A3B8;" vertex="1" parent="1"><mxGeometry x="40" y="1234" width="700" height="18" as="geometry" /></mxCell>

      </root>
    </mxGraphModel>
  </diagram>
</mxfile>
